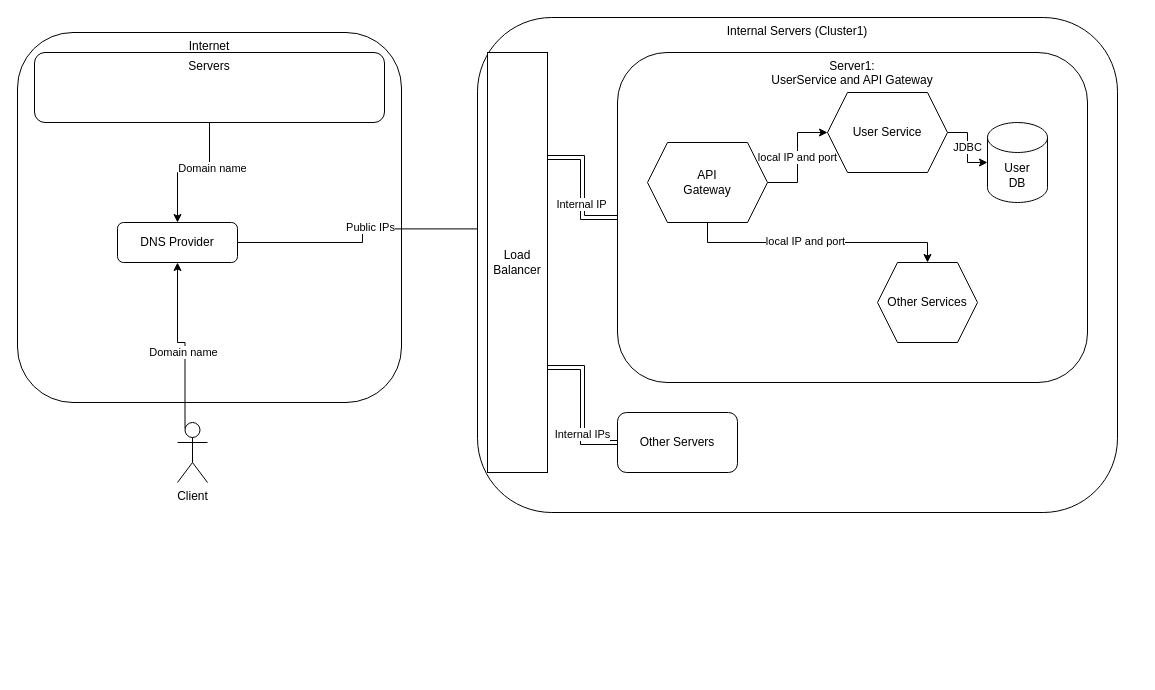
Above: Untitled Diagram.drawio in longlt4/om-test (draw.io), before the change. Source tidied: cells renumbered, new cells numbered last; positions are measured from the earlier drawing's top-left corner, leaving out a move shared by most shapes. Both pictures are drawn from the tidied source at 100%, with x=0, y=0 at pixel (17, 17).
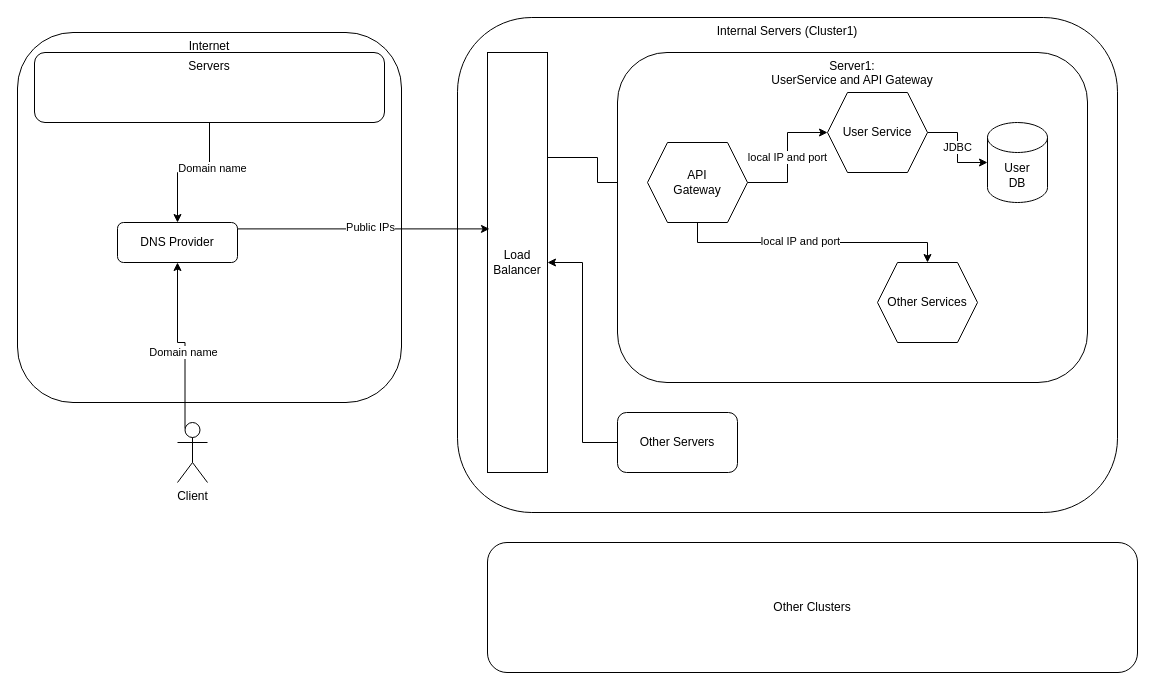
After the change.

The change refers to these unchanged cells:
```xml
<mxCell id="8" value="&lt;div&gt;DNS Provider&lt;/div&gt;" style="rounded=1;whiteSpace=wrap;html=1;fontSize=12;glass=0;strokeWidth=1;shadow=0;" parent="1" vertex="1">
  <mxGeometry x="100" y="205" width="120" height="40" as="geometry" />
</mxCell>
<mxCell id="14" value="&lt;div&gt;Load&lt;/div&gt;&lt;div&gt;Balancer&lt;br&gt;&lt;/div&gt;" style="rounded=0;whiteSpace=wrap;html=1;align=center;verticalAlign=middle;" parent="1" vertex="1">
  <mxGeometry x="470" y="35" width="60" height="420" as="geometry" />
</mxCell>
<mxCell id="18" value="&lt;div&gt;Server1:&lt;/div&gt;&lt;div&gt;UserService and API Gateway&lt;br&gt;&lt;/div&gt;" style="rounded=1;whiteSpace=wrap;html=1;align=center;verticalAlign=top;" parent="1" vertex="1">
  <mxGeometry x="600" y="35" width="470" height="330" as="geometry" />
</mxCell>
<mxCell id="19" value="Other Servers" style="rounded=1;whiteSpace=wrap;html=1;align=center;verticalAlign=middle;" parent="1" vertex="1">
  <mxGeometry x="600" y="395" width="120" height="60" as="geometry" />
</mxCell>
```

The edit, as a diff of the source:
```diff
@@
-    <mxCell id="6" style="edgeStyle=orthogonalEdgeStyle;rounded=0;jettySize=auto;html=1;exitX=1;exitY=0.5;exitDx=0;exitDy=0;entryX=0.033;entryY=0.42;entryDx=0;entryDy=0;entryPerimeter=0;" parent="1" edge="1" source="8" target="14">
-      <mxGeometry relative="1" as="geometry" />
-    </mxCell>
-    <mxCell id="7" value="Public IPs" style="edgeLabel;html=1;align=center;verticalAlign=middle;" parent="6" vertex="1">
-      <mxGeometry x="0.1" y="2" relative="1" as="geometry" />
-    </mxCell>
@@
     <mxCell id="9" value="Internal Servers (Cluster1)" style="rounded=1;whiteSpace=wrap;html=1;align=center;verticalAlign=top;" parent="1" vertex="1">
-      <mxGeometry x="460" width="640" height="495" as="geometry" />
+      <mxGeometry x="440" width="660" height="495" as="geometry" />
     </mxCell>
-    <mxCell id="10" style="edgeStyle=orthogonalEdgeStyle;shape=link;rounded=0;jettySize=auto;html=1;exitX=1;exitY=0.75;exitDx=0;exitDy=0;entryX=0;entryY=0.5;entryDx=0;entryDy=0;" parent="1" edge="1" source="14" target="19">
-      <mxGeometry relative="1" as="geometry" />
-    </mxCell>
-    <mxCell id="11" value="&lt;div&gt;Internal IPs&lt;/div&gt;" style="edgeLabel;html=1;align=center;verticalAlign=middle;" parent="10" vertex="1">
-      <mxGeometry x="0.39" y="-2" relative="1" as="geometry">
-        <mxPoint x="1" as="offset" />
-      </mxGeometry>
-    </mxCell>
-    <mxCell id="12" style="edgeStyle=orthogonalEdgeStyle;shape=link;rounded=0;jettySize=auto;html=1;exitX=1;exitY=0.25;exitDx=0;exitDy=0;" parent="1" edge="1" source="14" target="18">
-      <mxGeometry relative="1" as="geometry" />
-    </mxCell>
-    <mxCell id="13" value="Internal IP" style="edgeLabel;html=1;align=center;verticalAlign=middle;" parent="12" vertex="1">
-      <mxGeometry x="0.24" y="-2" relative="1" as="geometry" />
-    </mxCell>
+    <mxCell id="28" style="edgeStyle=orthogonalEdgeStyle;rounded=0;jettySize=auto;html=1;exitX=1;exitY=0.25;exitDx=0;exitDy=0;entryX=0;entryY=0.5;entryDx=0;entryDy=0;" parent="1" edge="1" source="14" target="23">
+      <mxGeometry relative="1" as="geometry" />
+    </mxCell>
@@
+    <mxCell id="29" style="edgeStyle=orthogonalEdgeStyle;rounded=0;jettySize=auto;html=1;exitX=0;exitY=0.5;exitDx=0;exitDy=0;" parent="1" edge="1" source="19" target="14">
+      <mxGeometry relative="1" as="geometry" />
+    </mxCell>
@@
     <mxCell id="23" value="&lt;div&gt;API&lt;/div&gt;&lt;div&gt;Gateway&lt;br&gt;&lt;/div&gt;" style="shape=hexagon;perimeter=hexagonPerimeter2;whiteSpace=wrap;html=1;fixedSize=1;align=center;verticalAlign=middle;" parent="1" vertex="1">
-      <mxGeometry x="630" y="125" width="120" height="80" as="geometry" />
+      <mxGeometry x="630" y="125" width="100" height="80" as="geometry" />
     </mxCell>
@@
     <mxCell id="25" value="User Service" style="shape=hexagon;perimeter=hexagonPerimeter2;whiteSpace=wrap;html=1;fixedSize=1;align=center;verticalAlign=middle;" parent="1" vertex="1">
-      <mxGeometry x="810" y="75" width="120" height="80" as="geometry" />
+      <mxGeometry x="810" y="75" width="100" height="80" as="geometry" />
     </mxCell>
@@
+    <mxCell id="6" style="edgeStyle=orthogonalEdgeStyle;rounded=0;jettySize=auto;html=1;exitX=1;exitY=0.5;exitDx=0;exitDy=0;entryX=0.033;entryY=0.42;entryDx=0;entryDy=0;entryPerimeter=0;" parent="1" edge="1" source="8" target="14">
+      <mxGeometry relative="1" as="geometry">
+        <Array as="points">
+          <mxPoint x="220" y="211" />
+        </Array>
+      </mxGeometry>
+    </mxCell>
+    <mxCell id="7" value="Public IPs" style="edgeLabel;html=1;align=center;verticalAlign=middle;" parent="6" vertex="1">
+      <mxGeometry x="0.1" y="2" relative="1" as="geometry" />
+    </mxCell>
+    <mxCell id="30" value="Other Clusters" style="rounded=1;whiteSpace=wrap;html=1;" parent="1" vertex="1">
+      <mxGeometry x="470" y="525" width="650" height="130" as="geometry" />
+    </mxCell>
```
